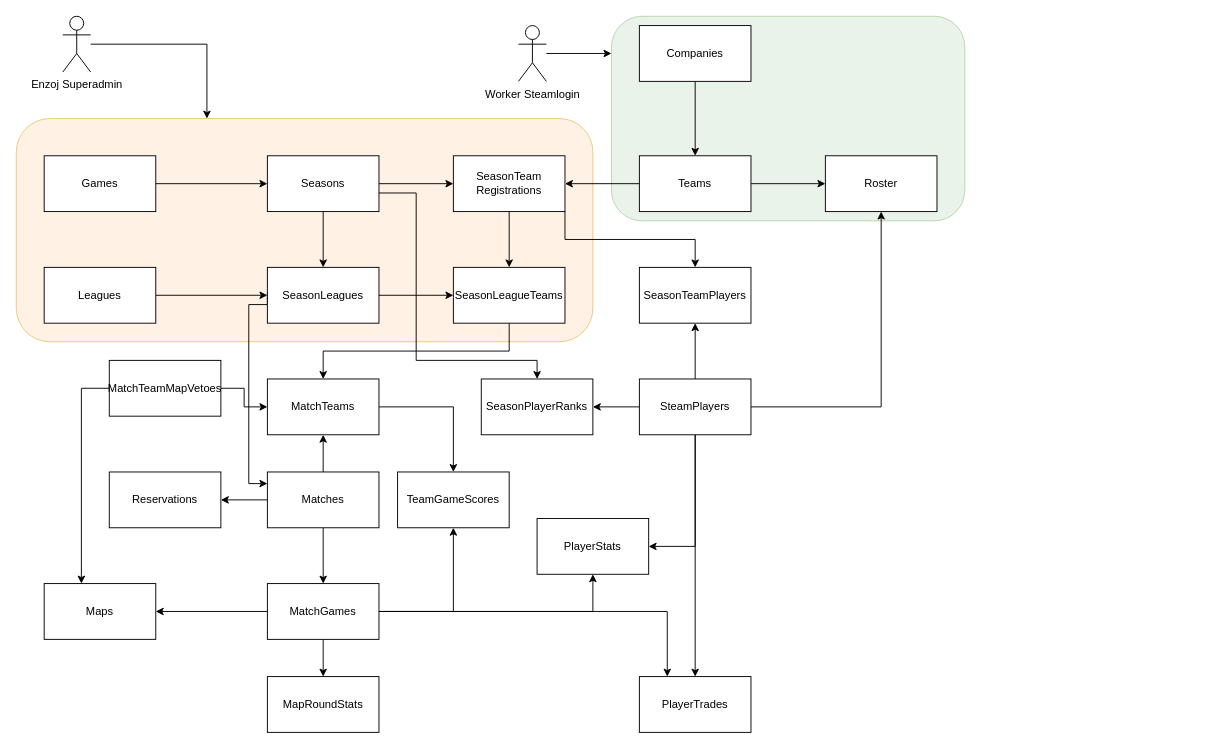
The draw.io diagram docs/kanastats.drawio in sebazai/eggosystem, before the edit. Source tidied: cells renumbered, new cells numbered last; positions are measured from the earlier drawing's top-left corner, leaving out a move shared by most shapes. Both pictures are drawn from the tidied source at 93%, with x=0, y=0 at pixel (16, 16).
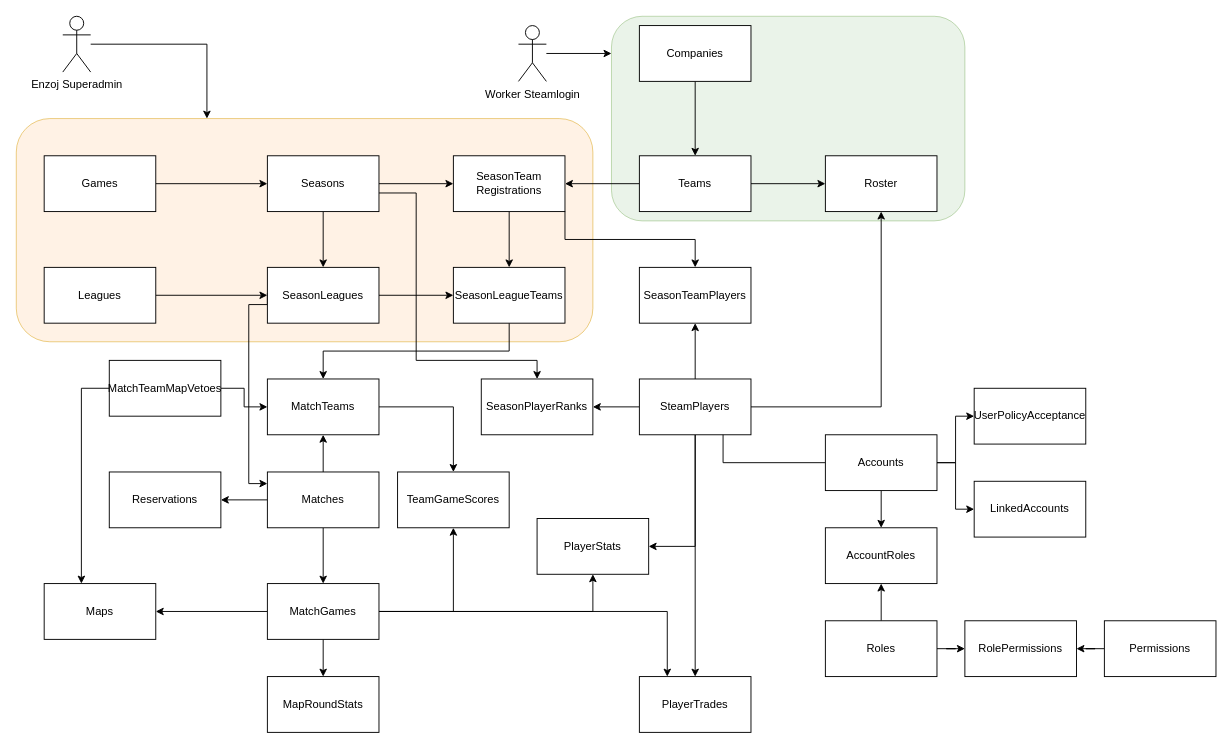
Above is the later version.

Unchanged cells that the change refers to:
```xml
<mxCell id="34" value="SteamPlayers" style="rounded=0;whiteSpace=wrap;html=1;" parent="1" vertex="1">
  <mxGeometry x="670" y="390" width="120" height="60" as="geometry" />
</mxCell>
```

The edit, as a diff of the source:
```diff
@@
+    <mxCell id="59" style="edgeStyle=orthogonalEdgeStyle;rounded=0;jettySize=auto;html=1;entryX=0.75;entryY=1;entryDx=0;entryDy=0;strokeColor=default;endArrow=none;startFill=0;" parent="1" edge="1" source="63" target="34">
+      <mxGeometry relative="1" as="geometry" />
+    </mxCell>
+    <mxCell id="60" style="edgeStyle=orthogonalEdgeStyle;rounded=0;jettySize=auto;html=1;entryX=0;entryY=0.5;entryDx=0;entryDy=0;" parent="1" edge="1" source="63" target="64">
+      <mxGeometry relative="1" as="geometry" />
+    </mxCell>
+    <mxCell id="61" style="edgeStyle=orthogonalEdgeStyle;rounded=0;jettySize=auto;html=1;" parent="1" edge="1" source="63" target="68">
+      <mxGeometry relative="1" as="geometry" />
+    </mxCell>
+    <mxCell id="62" style="edgeStyle=orthogonalEdgeStyle;rounded=0;jettySize=auto;html=1;entryX=0;entryY=0.5;entryDx=0;entryDy=0;" parent="1" edge="1" source="63" target="72">
+      <mxGeometry relative="1" as="geometry" />
+    </mxCell>
+    <mxCell id="63" value="Accounts" style="rounded=0;whiteSpace=wrap;html=1;" parent="1" vertex="1">
+      <mxGeometry x="870" y="450" width="120" height="60" as="geometry" />
+    </mxCell>
+    <mxCell id="64" value="LinkedAccounts" style="rounded=0;whiteSpace=wrap;html=1;" parent="1" vertex="1">
+      <mxGeometry x="1030" y="500" width="120" height="60" as="geometry" />
+    </mxCell>
+    <mxCell id="65" style="edgeStyle=orthogonalEdgeStyle;rounded=0;jettySize=auto;html=1;" parent="1" edge="1" source="67" target="71">
+      <mxGeometry relative="1" as="geometry" />
+    </mxCell>
+    <mxCell id="66" style="edgeStyle=orthogonalEdgeStyle;rounded=0;jettySize=auto;html=1;" parent="1" edge="1" source="67" target="68">
+      <mxGeometry relative="1" as="geometry" />
+    </mxCell>
+    <mxCell id="67" value="Roles" style="rounded=0;whiteSpace=wrap;html=1;" parent="1" vertex="1">
+      <mxGeometry x="870" y="650" width="120" height="60" as="geometry" />
+    </mxCell>
+    <mxCell id="68" value="AccountRoles" style="rounded=0;whiteSpace=wrap;html=1;" parent="1" vertex="1">
+      <mxGeometry x="870" y="550" width="120" height="60" as="geometry" />
+    </mxCell>
+    <mxCell id="69" style="edgeStyle=orthogonalEdgeStyle;rounded=0;jettySize=auto;html=1;" parent="1" edge="1" source="70" target="71">
+      <mxGeometry relative="1" as="geometry" />
+    </mxCell>
+    <mxCell id="70" value="Permissions" style="rounded=0;whiteSpace=wrap;html=1;" parent="1" vertex="1">
+      <mxGeometry x="1170" y="650" width="120" height="60" as="geometry" />
+    </mxCell>
+    <mxCell id="71" value="RolePermissions" style="rounded=0;whiteSpace=wrap;html=1;" parent="1" vertex="1">
+      <mxGeometry x="1020" y="650" width="120" height="60" as="geometry" />
+    </mxCell>
+    <mxCell id="72" value="UserPolicyAcceptance" style="rounded=0;whiteSpace=wrap;html=1;" parent="1" vertex="1">
+      <mxGeometry x="1030" y="400" width="120" height="60" as="geometry" />
+    </mxCell>
```
